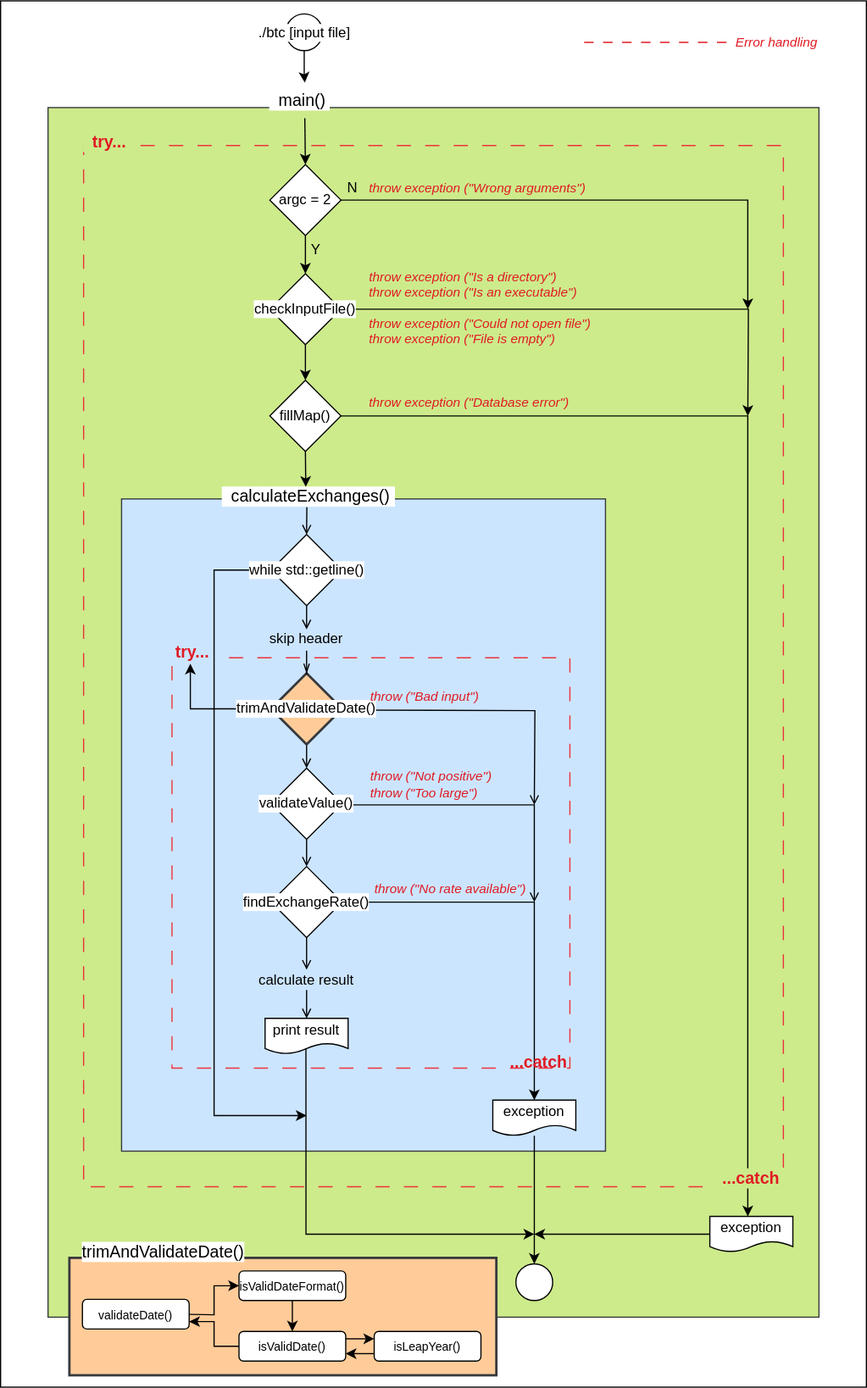
Before: cpp_09/ex00/assets/BitcoinExchange.svg, a diagram exported from draw.io (ccg-v/cpp_modules). Source tidied: cells renumbered, new cells last; positions are measured from the earlier drawing's top-left corner, leaving out a move shared by most shapes.
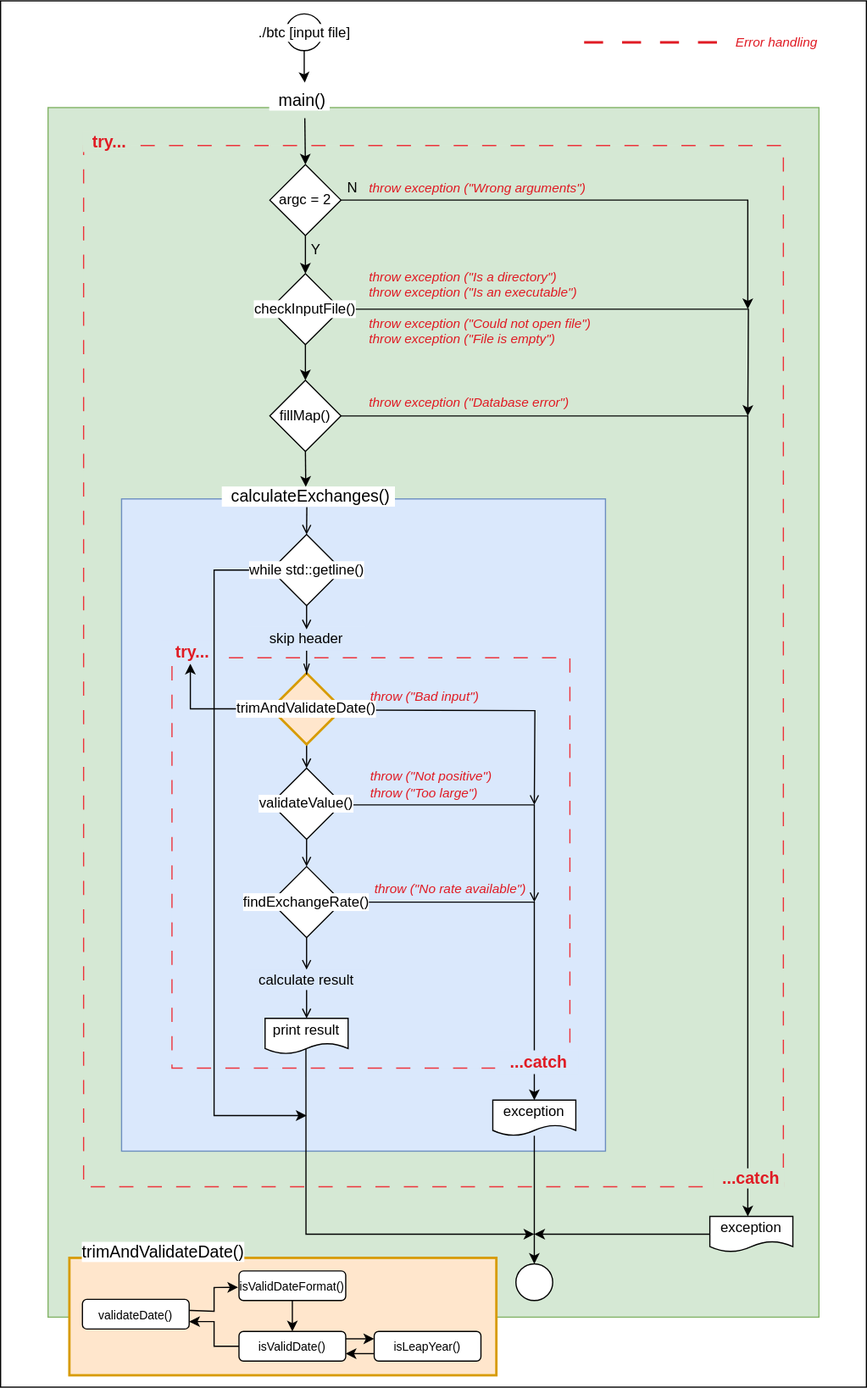
Above is the later version.

Commit message:
Chart flow stuff

Diff of the diagram source:
```diff
@@ -5,19 +5,19 @@
     <mxCell id="2" style="rounded=0;whiteSpace=wrap;html=1;" parent="1" vertex="1">
       <mxGeometry width="730" height="1169" as="geometry" />
     </mxCell>
-    <mxCell id="3" style="rounded=0;whiteSpace=wrap;html=1;fillColor=#cdeb8b;strokeColor=#36393d;" parent="1" vertex="1">
+    <mxCell id="3" style="rounded=0;whiteSpace=wrap;html=1;fillColor=#d5e8d4;strokeColor=#82b366;" parent="1" vertex="1">
       <mxGeometry x="40" y="90" width="650" height="1020" as="geometry" />
     </mxCell>
-    <mxCell id="4" style="rounded=0;whiteSpace=wrap;html=1;fillColor=#ffcc99;strokeColor=#36393d;strokeWidth=2;" parent="1" vertex="1">
+    <mxCell id="4" style="rounded=0;whiteSpace=wrap;html=1;fillColor=#ffe6cc;strokeColor=#d79b00;strokeWidth=2;" parent="1" vertex="1">
       <mxGeometry x="58" y="1060" width="360" height="99" as="geometry" />
     </mxCell>
-    <mxCell id="5" style="rounded=0;whiteSpace=wrap;html=1;dashed=1;strokeWidth=1;dashPattern=12 12;strokeColor=#ED333B;fillColor=#CDEB8B;perimeterSpacing=1;glass=0;shadow=0;gradientColor=none;" parent="1" vertex="1">
+    <mxCell id="5" style="rounded=0;whiteSpace=wrap;html=1;dashed=1;strokeWidth=1;dashPattern=12 12;strokeColor=#ED333B;fillColor=#D5E8D4;perimeterSpacing=1;glass=0;shadow=0;gradientColor=none;" parent="1" vertex="1">
       <mxGeometry x="70" y="122" width="590" height="878" as="geometry" />
     </mxCell>
-    <mxCell id="6" style="rounded=0;whiteSpace=wrap;html=1;fillColor=#cce5ff;strokeColor=#36393d;" parent="1" vertex="1">
+    <mxCell id="6" style="rounded=0;whiteSpace=wrap;html=1;fillColor=#dae8fc;strokeColor=#6c8ebf;" parent="1" vertex="1">
       <mxGeometry x="102" y="420" width="408" height="550" as="geometry" />
     </mxCell>
-    <mxCell id="7" style="rounded=0;whiteSpace=wrap;html=1;dashed=1;dashPattern=12 12;strokeColor=#ED333B;fillColor=#CCE5FF;strokeWidth=1;align=center;verticalAlign=middle;fontFamily=Helvetica;fontSize=12;fontColor=default;" parent="1" vertex="1">
+    <mxCell id="7" style="rounded=0;whiteSpace=wrap;html=1;dashed=1;dashPattern=12 12;strokeColor=#ED333B;fillColor=#DAE8FC;strokeWidth=1;align=center;verticalAlign=middle;fontFamily=Helvetica;fontSize=12;fontColor=default;" parent="1" vertex="1">
       <mxGeometry x="144.5" y="554" width="335.5" height="346" as="geometry" />
     </mxCell>
     <mxCell id="8" style="edgeStyle=orthogonalEdgeStyle;rounded=0;jettySize=auto;html=1;exitX=0.5;exitY=1;exitDx=0;exitDy=0;entryX=0.5;entryY=0;entryDx=0;entryDy=0;" parent="1" edge="1" source="10" target="13">
@@ -76,7 +76,7 @@
     <mxCell id="21" style="edgeStyle=orthogonalEdgeStyle;rounded=0;jettySize=auto;html=1;" parent="1" edge="1" source="22" target="34">
       <mxGeometry relative="1" as="geometry" />
     </mxCell>
-    <mxCell id="22" value="trimAndValidateDate()" style="rhombus;whiteSpace=wrap;html=1;labelBackgroundColor=default;fillColor=#ffcc99;strokeColor=#36393d;strokeWidth=2;" parent="1" vertex="1">
+    <mxCell id="22" value="trimAndValidateDate()" style="rhombus;whiteSpace=wrap;html=1;labelBackgroundColor=default;fillColor=#ffe6cc;strokeColor=#d79b00;strokeWidth=2;" parent="1" vertex="1">
       <mxGeometry x="228" y="567" width="60" height="60" as="geometry" />
     </mxCell>
     <mxCell id="23" style="edgeStyle=orthogonalEdgeStyle;rounded=0;jettySize=auto;html=1;exitX=0;exitY=0.5;exitDx=0;exitDy=0;entryX=1;entryY=0.75;entryDx=0;entryDy=0;" parent="1" edge="1" source="25" target="29">
@@ -99,12 +99,13 @@
     <mxCell id="27" value="isValidDateFormat()" style="rounded=1;whiteSpace=wrap;html=1;fontSize=10;" parent="1" vertex="1">
       <mxGeometry x="201" y="1071" width="90" height="25" as="geometry" />
     </mxCell>
-    <mxCell id="28" style="edgeStyle=orthogonalEdgeStyle;rounded=0;jettySize=auto;html=1;exitX=1;exitY=0.5;exitDx=0;exitDy=0;entryX=0;entryY=0.5;entryDx=0;entryDy=0;" parent="1" edge="1" source="29" target="27">
+    <mxCell id="28" style="edgeStyle=orthogonalEdgeStyle;rounded=0;jettySize=auto;html=1;exitX=1;exitY=0.5;exitDx=0;exitDy=0;entryX=-0.008;entryY=0.554;entryDx=0;entryDy=0;entryPerimeter=0;" parent="1" edge="1" target="27">
       <mxGeometry relative="1" as="geometry">
+        <mxPoint x="159" y="1104" as="sourcePoint" />
         <Array as="points">
-          <mxPoint x="151" y="1108" />
-          <mxPoint x="180" y="1108" />
-          <mxPoint x="180" y="1084" />
+          <mxPoint x="151" y="1104" />
+          <mxPoint x="180" y="1105" />
+          <mxPoint x="180" y="1085" />
         </Array>
       </mxGeometry>
     </mxCell>
@@ -120,10 +121,10 @@
     <mxCell id="32" style="edgeStyle=orthogonalEdgeStyle;rounded=0;jettySize=auto;html=1;exitX=0.5;exitY=1;exitDx=0;exitDy=0;endArrow=openThin;endFill=0;" parent="1" edge="1" source="33" target="22">
       <mxGeometry relative="1" as="geometry" />
     </mxCell>
-    <mxCell id="33" value="&lt;div style=&quot;font-size: 12px;&quot;&gt;skip header&lt;/div&gt;" style="rounded=0;whiteSpace=wrap;html=1;dashed=1;strokeColor=none;labelBackgroundColor=none;align=center;verticalAlign=middle;spacingLeft=0;spacing=2;fontFamily=Helvetica;fontSize=12;fontColor=default;fontStyle=0;fillColor=#cce5ff;gradientColor=none;" parent="1" vertex="1">
+    <mxCell id="33" value="&lt;div style=&quot;font-size: 12px;&quot;&gt;skip header&lt;/div&gt;" style="rounded=0;whiteSpace=wrap;html=1;dashed=1;strokeColor=none;labelBackgroundColor=none;align=center;verticalAlign=middle;spacingLeft=0;spacing=2;fontFamily=Helvetica;fontSize=12;fontColor=default;fontStyle=0;fillColor=#DAE8FC;gradientColor=none;" parent="1" vertex="1">
       <mxGeometry x="208" y="528" width="100" height="20" as="geometry" />
     </mxCell>
-    <mxCell id="34" value="&amp;nbsp; try...&amp;nbsp; " style="text;strokeColor=none;align=center;fillColor=#cce5ff;html=1;verticalAlign=middle;whiteSpace=wrap;rounded=0;fontStyle=1;fontSize=14;labelBackgroundColor=none;spacingLeft=0;spacing=2;fontColor=#E01B24;" parent="1" vertex="1">
+    <mxCell id="34" value="&amp;nbsp; try...&amp;nbsp; " style="text;strokeColor=none;align=center;fillColor=#DAE8FC;html=1;verticalAlign=middle;whiteSpace=wrap;rounded=0;fontStyle=1;fontSize=14;labelBackgroundColor=none;spacingLeft=0;spacing=2;fontColor=#E01B24;" parent="1" vertex="1">
       <mxGeometry x="135" y="539" width="50" height="20" as="geometry" />
     </mxCell>
     <mxCell id="35" style="edgeStyle=orthogonalEdgeStyle;rounded=0;orthogonalLoop=1;jettySize=auto;html=1;exitX=1;exitY=0.5;exitDx=0;exitDy=0;endArrow=open;endFill=0;" parent="1" edge="1">
@@ -166,8 +167,8 @@
     <mxCell id="42" value="print result" style="shape=document;whiteSpace=wrap;html=1;boundedLbl=1;" parent="1" vertex="1">
       <mxGeometry x="223" y="858" width="70" height="30" as="geometry" />
     </mxCell>
-    <mxCell id="43" value="&amp;nbsp; ...catch&amp;nbsp; " style="text;strokeColor=none;align=center;fillColor=none;html=1;verticalAlign=middle;whiteSpace=wrap;rounded=0;fontStyle=1;fontSize=14;labelBackgroundColor=none;fontColor=#E01B24;fontFamily=Helvetica;" parent="1" vertex="1">
-      <mxGeometry x="404" y="885" width="96" height="20" as="geometry" />
+    <mxCell id="43" value="&amp;nbsp; ...catch&amp;nbsp; " style="text;strokeColor=none;align=center;fillColor=#DAE8FC;html=1;verticalAlign=middle;whiteSpace=wrap;rounded=0;fontStyle=1;fontSize=14;labelBackgroundColor=none;fontColor=#E01B24;fontFamily=Helvetica;" parent="1" vertex="1">
+      <mxGeometry x="417" y="885" width="70" height="20" as="geometry" />
     </mxCell>
     <mxCell id="44" style="edgeStyle=orthogonalEdgeStyle;rounded=0;jettySize=auto;html=1;entryX=0.5;entryY=0;entryDx=0;entryDy=0;" parent="1" edge="1" source="45" target="58">
       <mxGeometry relative="1" as="geometry" />
@@ -205,16 +206,16 @@
     <mxCell id="53" style="edgeStyle=orthogonalEdgeStyle;rounded=0;jettySize=auto;html=1;exitX=0.5;exitY=1;exitDx=0;exitDy=0;entryX=0.5;entryY=0;entryDx=0;entryDy=0;endArrow=open;endFill=0;" parent="1" edge="1" source="54" target="42">
       <mxGeometry relative="1" as="geometry" />
     </mxCell>
-    <mxCell id="54" value="&lt;div&gt;calculate result&lt;/div&gt;" style="rounded=0;whiteSpace=wrap;html=1;strokeColor=none;dashed=1;align=center;verticalAlign=middle;spacingLeft=0;spacing=2;fontFamily=Helvetica;fontSize=12;fontColor=default;fontStyle=0;labelBackgroundColor=none;fillColor=#cce5ff;gradientColor=none;" parent="1" vertex="1">
+    <mxCell id="54" value="&lt;div&gt;calculate result&lt;/div&gt;" style="rounded=0;whiteSpace=wrap;html=1;strokeColor=none;dashed=1;align=center;verticalAlign=middle;spacingLeft=0;spacing=2;fontFamily=Helvetica;fontSize=12;fontColor=default;fontStyle=0;labelBackgroundColor=none;fillColor=#DAE8FC;gradientColor=none;" parent="1" vertex="1">
       <mxGeometry x="208" y="817" width="100" height="17" as="geometry" />
     </mxCell>
     <mxCell id="55" value="&amp;nbsp; calculateExchanges()&amp;nbsp; " style="text;strokeColor=none;align=left;fillColor=none;html=1;verticalAlign=middle;whiteSpace=wrap;rounded=0;fontStyle=0;fontSize=14;labelBackgroundColor=default;" parent="1" vertex="1">
       <mxGeometry x="185" y="409" width="148.5" height="18" as="geometry" />
     </mxCell>
-    <mxCell id="56" value="&amp;nbsp; try...&amp;nbsp; " style="text;strokeColor=none;align=center;fillColor=none;html=1;verticalAlign=middle;whiteSpace=wrap;rounded=0;fontStyle=1;fontSize=14;labelBackgroundColor=#CDEB8B;spacingLeft=0;spacing=2;fontColor=#E01B24;" parent="1" vertex="1">
+    <mxCell id="56" value="&amp;nbsp; try...&amp;nbsp; " style="text;strokeColor=none;align=center;fillColor=none;html=1;verticalAlign=middle;whiteSpace=wrap;rounded=0;fontStyle=1;fontSize=14;labelBackgroundColor=#D5E8D4;spacingLeft=0;spacing=2;fontColor=#E01B24;" parent="1" vertex="1">
       <mxGeometry x="65" y="109" width="50" height="20" as="geometry" />
     </mxCell>
-    <mxCell id="57" value="&amp;nbsp; ...catch&amp;nbsp; " style="text;strokeColor=none;align=center;fillColor=none;html=1;verticalAlign=middle;whiteSpace=wrap;rounded=0;fontStyle=1;fontSize=14;labelBackgroundColor=#CDEB8B;fontColor=#E01B24;" parent="1" vertex="1">
+    <mxCell id="57" value="&amp;nbsp; ...catch&amp;nbsp; " style="text;strokeColor=none;align=center;fillColor=none;html=1;verticalAlign=middle;whiteSpace=wrap;rounded=0;fontStyle=1;fontSize=14;labelBackgroundColor=#D5E8D4;fontColor=#E01B24;" parent="1" vertex="1">
       <mxGeometry x="583" y="983" width="96" height="20" as="geometry" />
     </mxCell>
     <mxCell id="58" style="ellipse;whiteSpace=wrap;html=1;" parent="1" vertex="1">
@@ -259,7 +260,7 @@
     <mxCell id="68" style="edgeStyle=orthogonalEdgeStyle;rounded=0;jettySize=auto;html=1;exitX=0.493;exitY=0.998;exitDx=0;exitDy=0;entryX=0.5;entryY=0;entryDx=0;entryDy=0;endArrow=open;endFill=0;exitPerimeter=0;" parent="1" edge="1" source="55" target="67">
       <mxGeometry relative="1" as="geometry" />
     </mxCell>
-    <mxCell id="69" style="endArrow=none;dashed=1;html=1;rounded=0;dashPattern=8 8;strokeColor=#E01B24;" parent="1" edge="1">
+    <mxCell id="69" style="endArrow=none;dashed=1;html=1;rounded=0;dashPattern=8 8;strokeColor=#E01B24;strokeWidth=2;" parent="1" edge="1">
       <mxGeometry relative="1" as="geometry">
         <mxPoint x="492" y="35" as="sourcePoint" />
         <mxPoint x="612" y="35" as="targetPoint" />
```
